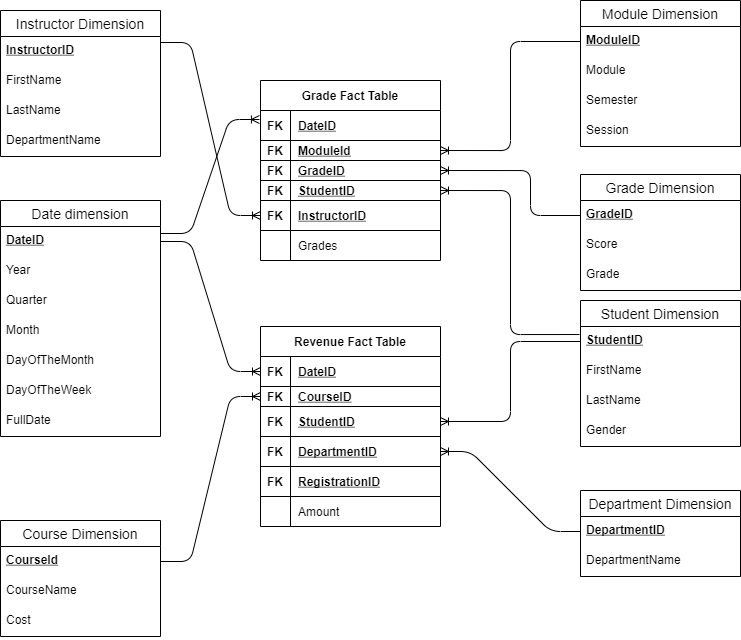
Before: DATA_WAREHOUSE/DIMENSIONAL_MODEL.png, a diagram exported from draw.io (OlamideMustapha/DATA_WAREHOUSING_B9DA102). Source tidied: cells renumbered, new cells last; positions are measured from the earlier drawing's top-left corner, leaving out a move shared by most shapes.
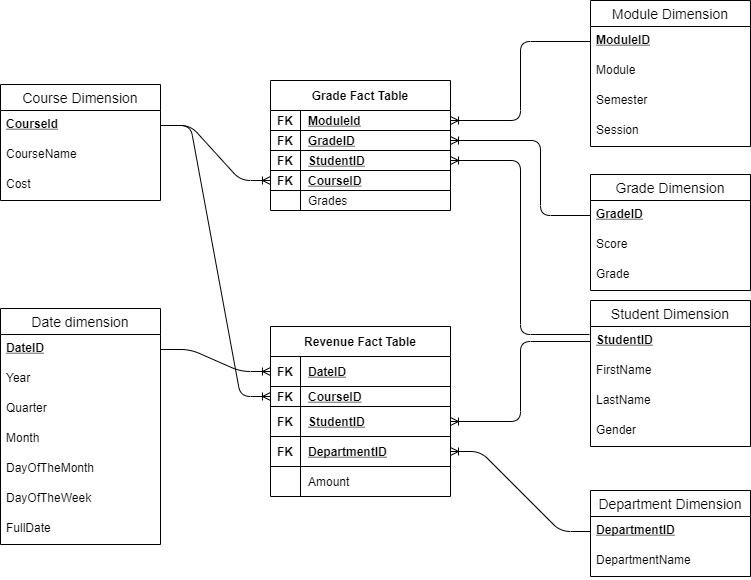
After the change.

Change to the diagram source:
```diff
@@ -27,7 +27,7 @@
       <mxGeometry y="56" width="160" height="30" as="geometry" />
     </mxCell>
     <mxCell id="10" value="Course Dimension" style="swimlane;fontStyle=0;horizontal=1;startSize=26;align=center;fontSize=14;" parent="1" vertex="1">
-      <mxGeometry y="520" width="160" height="116" as="geometry" />
+      <mxGeometry x="-10" y="84" width="160" height="116" as="geometry" />
     </mxCell>
     <mxCell id="11" value="CourseId" style="text;strokeColor=none;fillColor=none;spacingLeft=4;spacingRight=4;overflow=hidden;points=[[0,0.5],[1,0.5]];portConstraint=eastwest;fontSize=12;fontStyle=5;" parent="10" vertex="1">
       <mxGeometry y="26" width="160" height="30" as="geometry" />
@@ -39,7 +39,7 @@
       <mxGeometry y="86" width="160" height="30" as="geometry" />
     </mxCell>
     <mxCell id="14" value="Date dimension" style="swimlane;fontStyle=0;horizontal=1;startSize=26;align=center;fontSize=14;" parent="1" vertex="1">
-      <mxGeometry y="200" width="160" height="236" as="geometry" />
+      <mxGeometry x="-10" y="308" width="160" height="236" as="geometry" />
     </mxCell>
     <mxCell id="15" value="DateID" style="text;strokeColor=none;fillColor=none;spacingLeft=4;spacingRight=4;overflow=hidden;points=[[0,0.5],[1,0.5]];portConstraint=eastwest;fontSize=12;fontStyle=5;" parent="14" vertex="1">
       <mxGeometry y="26" width="160" height="30" as="geometry" />
@@ -63,7 +63,7 @@
       <mxGeometry y="206" width="160" height="30" as="geometry" />
     </mxCell>
     <mxCell id="22" value="Revenue Fact Table" style="shape=table;startSize=30;rowLines=0;fontStyle=1;align=center;" parent="1" vertex="1">
-      <mxGeometry x="260" y="326" width="180" height="200" as="geometry" />
+      <mxGeometry x="260" y="326" width="180" height="170" as="geometry" />
     </mxCell>
     <mxCell id="23" style="shape=partialRectangle;fillColor=none;top=0;left=0;bottom=1;right=0;points=[[0,0.5],[1,0.5]];portConstraint=eastwest;" parent="22" vertex="1">
       <mxGeometry y="30" width="180" height="30" as="geometry" />
@@ -101,17 +101,8 @@
     <mxCell id="34" value="DepartmentID" style="shape=partialRectangle;fillColor=none;top=0;left=0;bottom=0;right=0;align=left;spacingLeft=6;fontStyle=5;overflow=hidden;" parent="32" vertex="1">
       <mxGeometry x="30" width="150" height="30" as="geometry" />
     </mxCell>
-    <mxCell id="35" style="shape=partialRectangle;fillColor=none;top=0;left=0;bottom=1;right=0;" parent="22" vertex="1">
-      <mxGeometry y="140" width="180" height="30" as="geometry" />
-    </mxCell>
-    <mxCell id="36" value="FK" style="shape=partialRectangle;fillColor=none;top=0;left=0;bottom=0;right=0;fontStyle=1;overflow=hidden;" parent="35" vertex="1">
-      <mxGeometry width="30" height="30" as="geometry" />
-    </mxCell>
-    <mxCell id="37" value="RegistrationID" style="shape=partialRectangle;fillColor=none;top=0;left=0;bottom=0;right=0;align=left;spacingLeft=6;fontStyle=5;overflow=hidden;" parent="35" vertex="1">
-      <mxGeometry x="30" width="150" height="30" as="geometry" />
-    </mxCell>
     <mxCell id="38" style="shape=partialRectangle;fillColor=none;top=0;left=0;bottom=0;right=0;" parent="22" vertex="1">
-      <mxGeometry y="170" width="180" height="30" as="geometry" />
+      <mxGeometry y="140" width="180" height="30" as="geometry" />
     </mxCell>
     <mxCell id="39" style="shape=partialRectangle;fillColor=none;top=0;left=0;bottom=0;right=0;overflow=hidden;" parent="38" vertex="1">
       <mxGeometry width="30" height="30" as="geometry" />
@@ -132,19 +123,10 @@
       <mxGeometry relative="1" as="geometry" />
     </mxCell>
     <mxCell id="45" value="Grade Fact Table" style="shape=table;startSize=30;rowLines=0;fontStyle=1;align=center;" parent="1" vertex="1">
-      <mxGeometry x="260" y="80" width="180" height="180" as="geometry" />
+      <mxGeometry x="260" y="80" width="180" height="130" as="geometry" />
     </mxCell>
-    <mxCell id="46" style="shape=partialRectangle;fillColor=none;top=0;left=0;bottom=1;right=0;points=[[0,0.5],[1,0.5]];portConstraint=eastwest;" parent="45" vertex="1">
-      <mxGeometry y="30" width="180" height="30" as="geometry" />
-    </mxCell>
-    <mxCell id="47" value="FK" style="shape=partialRectangle;fillColor=none;top=0;left=0;bottom=0;right=0;fontStyle=1;overflow=hidden;" parent="46" vertex="1">
-      <mxGeometry width="30" height="30" as="geometry" />
-    </mxCell>
-    <mxCell id="48" value="DateID" style="shape=partialRectangle;fillColor=none;top=0;left=0;bottom=0;right=0;align=left;spacingLeft=6;fontStyle=5;overflow=hidden;" parent="46" vertex="1">
-      <mxGeometry x="30" width="150" height="30" as="geometry" />
-    </mxCell>
     <mxCell id="49" style="shape=partialRectangle;fillColor=none;top=0;left=0;bottom=1;right=0;points=[[0,0.5],[1,0.5]];portConstraint=eastwest;" parent="45" vertex="1">
-      <mxGeometry y="60" width="180" height="20" as="geometry" />
+      <mxGeometry y="30" width="180" height="20" as="geometry" />
     </mxCell>
     <mxCell id="50" value="FK" style="shape=partialRectangle;fillColor=none;top=0;left=0;bottom=0;right=0;fontStyle=1;overflow=hidden;" parent="49" vertex="1">
       <mxGeometry width="30" height="20" as="geometry" />
@@ -153,7 +135,7 @@
       <mxGeometry x="30" width="150" height="20" as="geometry" />
     </mxCell>
     <mxCell id="52" style="shape=partialRectangle;fillColor=none;top=0;left=0;bottom=1;right=0;points=[[0,0.5],[1,0.5]];portConstraint=eastwest;" parent="45" vertex="1">
-      <mxGeometry y="80" width="180" height="20" as="geometry" />
+      <mxGeometry y="50" width="180" height="20" as="geometry" />
     </mxCell>
     <mxCell id="53" value="FK" style="shape=partialRectangle;fillColor=none;top=0;left=0;bottom=0;right=0;fontStyle=1;overflow=hidden;" parent="52" vertex="1">
       <mxGeometry width="30" height="20" as="geometry" />
@@ -162,7 +144,7 @@
       <mxGeometry x="30" width="150" height="20" as="geometry" />
     </mxCell>
     <mxCell id="55" style="shape=partialRectangle;fillColor=none;top=0;left=0;bottom=1;right=0;points=[[0,0.5],[1,0.5]];portConstraint=eastwest;" parent="45" vertex="1">
-      <mxGeometry y="100" width="180" height="20" as="geometry" />
+      <mxGeometry y="70" width="180" height="20" as="geometry" />
     </mxCell>
     <mxCell id="56" value="FK" style="shape=partialRectangle;fillColor=none;top=0;left=0;bottom=0;right=0;fontStyle=1;overflow=hidden;" parent="55" vertex="1">
       <mxGeometry width="30" height="20" as="geometry" />
@@ -170,32 +152,27 @@
     <mxCell id="57" value="StudentID" style="shape=partialRectangle;fillColor=none;top=0;left=0;bottom=0;right=0;align=left;spacingLeft=6;fontStyle=5;overflow=hidden;" parent="55" vertex="1">
       <mxGeometry x="30" width="150" height="20" as="geometry" />
     </mxCell>
-    <mxCell id="58" style="shape=partialRectangle;fillColor=none;top=0;left=0;bottom=1;right=0;points=[[0,0.5],[1,0.5]];portConstraint=eastwest;" parent="45" vertex="1">
-      <mxGeometry y="120" width="180" height="30" as="geometry" />
-    </mxCell>
-    <mxCell id="59" value="FK" style="shape=partialRectangle;fillColor=none;top=0;left=0;bottom=0;right=0;fontStyle=1;overflow=hidden;" parent="58" vertex="1">
-      <mxGeometry width="30" height="30" as="geometry" />
-    </mxCell>
-    <mxCell id="60" value="InstructorID" style="shape=partialRectangle;fillColor=none;top=0;left=0;bottom=0;right=0;align=left;spacingLeft=6;fontStyle=5;overflow=hidden;" parent="58" vertex="1">
-      <mxGeometry x="30" width="150" height="30" as="geometry" />
-    </mxCell>
+    <mxCell id="83" style="shape=partialRectangle;fillColor=none;top=0;left=0;bottom=1;right=0;points=[[0,0.5],[1,0.5]];portConstraint=eastwest;" parent="45" vertex="1">
+      <mxGeometry y="90" width="180" height="20" as="geometry" />
+    </mxCell>
+    <mxCell id="84" value="FK" style="shape=partialRectangle;fillColor=none;top=0;left=0;bottom=0;right=0;fontStyle=1;overflow=hidden;" parent="83" vertex="1">
+      <mxGeometry width="30" height="20" as="geometry" />
+    </mxCell>
+    <mxCell id="85" value="CourseID" style="shape=partialRectangle;fillColor=none;top=0;left=0;bottom=0;right=0;align=left;spacingLeft=6;fontStyle=5;overflow=hidden;" parent="83" vertex="1">
+      <mxGeometry x="30" width="150" height="20" as="geometry" />
+    </mxCell>
     <mxCell id="61" style="shape=partialRectangle;fillColor=none;top=0;left=0;bottom=0;right=0;" parent="45" vertex="1">
-      <mxGeometry y="150" width="180" height="30" as="geometry" />
+      <mxGeometry y="110" width="180" height="20" as="geometry" />
     </mxCell>
     <mxCell id="62" style="shape=partialRectangle;fillColor=none;top=0;left=0;bottom=0;right=0;overflow=hidden;" parent="61" vertex="1">
-      <mxGeometry width="30" height="30" as="geometry" />
+      <mxGeometry width="30" height="20" as="geometry" />
     </mxCell>
     <mxCell id="63" value="Grades" style="shape=partialRectangle;fillColor=none;top=0;left=0;bottom=0;right=0;align=left;spacingLeft=6;overflow=hidden;" parent="61" vertex="1">
-      <mxGeometry x="30" width="150" height="30" as="geometry" />
+      <mxGeometry x="30" width="150" height="20" as="geometry" />
     </mxCell>
     <mxCell id="64" style="edgeStyle=orthogonalEdgeStyle;fontSize=12;html=1;endArrow=ERoneToMany;exitX=-0.006;exitY=0.267;exitDx=0;exitDy=0;entryX=1;entryY=0.5;entryDx=0;entryDy=0;exitPerimeter=0;" parent="1" edge="1" source="3" target="55">
       <mxGeometry relative="1" as="geometry" />
     </mxCell>
-    <mxCell id="65" style="edgeStyle=entityRelationEdgeStyle;fontSize=12;html=1;endArrow=ERoneToMany;entryX=-0.006;entryY=0.3;entryDx=0;entryDy=0;entryPerimeter=0;" parent="1" edge="1" target="46">
-      <mxGeometry relative="1" as="geometry">
-        <mxPoint x="160" y="233" as="sourcePoint" />
-      </mxGeometry>
-    </mxCell>
     <mxCell id="66" value="Module Dimension" style="swimlane;fontStyle=0;horizontal=1;startSize=26;align=center;fontSize=14;" parent="1" vertex="1">
       <mxGeometry x="580" width="160" height="146" as="geometry" />
     </mxCell>
@@ -214,24 +191,6 @@
     <mxCell id="71" style="edgeStyle=orthogonalEdgeStyle;fontSize=12;html=1;endArrow=ERoneToMany;exitX=0;exitY=0.5;exitDx=0;exitDy=0;entryX=1;entryY=0.5;entryDx=0;entryDy=0;" parent="1" edge="1" source="67" target="49">
       <mxGeometry relative="1" as="geometry" />
     </mxCell>
-    <mxCell id="72" value="Instructor Dimension" style="swimlane;fontStyle=0;horizontal=1;startSize=26;align=center;fontSize=14;" parent="1" vertex="1">
-      <mxGeometry y="10" width="160" height="146" as="geometry" />
-    </mxCell>
-    <mxCell id="73" value="InstructorID" style="text;strokeColor=none;fillColor=none;spacingLeft=4;spacingRight=4;overflow=hidden;points=[[0,0.5],[1,0.5]];portConstraint=eastwest;fontSize=12;fontStyle=5;" parent="72" vertex="1">
-      <mxGeometry y="26" width="160" height="30" as="geometry" />
-    </mxCell>
-    <mxCell id="74" value="FirstName" style="text;strokeColor=none;fillColor=none;spacingLeft=4;spacingRight=4;overflow=hidden;fontSize=12;" parent="72" vertex="1">
-      <mxGeometry y="56" width="160" height="30" as="geometry" />
-    </mxCell>
-    <mxCell id="75" value="LastName" style="text;strokeColor=none;fillColor=none;spacingLeft=4;spacingRight=4;overflow=hidden;fontSize=12;" parent="72" vertex="1">
-      <mxGeometry y="86" width="160" height="30" as="geometry" />
-    </mxCell>
-    <mxCell id="76" value="DepartmentName" style="text;strokeColor=none;fillColor=none;spacingLeft=4;spacingRight=4;overflow=hidden;fontSize=12;" parent="72" vertex="1">
-      <mxGeometry y="116" width="160" height="30" as="geometry" />
-    </mxCell>
-    <mxCell id="77" style="edgeStyle=entityRelationEdgeStyle;fontSize=12;html=1;endArrow=ERoneToMany;entryX=0;entryY=0.5;entryDx=0;entryDy=0;exitX=1;exitY=0.2;exitDx=0;exitDy=0;exitPerimeter=0;" parent="1" edge="1" source="73" target="58">
-      <mxGeometry relative="1" as="geometry" />
-    </mxCell>
     <mxCell id="78" value="Grade Dimension" style="swimlane;fontStyle=0;horizontal=1;startSize=26;align=center;fontSize=14;" parent="1" vertex="1">
       <mxGeometry x="580" y="174" width="160" height="116" as="geometry" />
     </mxCell>
@@ -248,9 +207,12 @@
       <mxGeometry relative="1" as="geometry">
         <Array as="points">
           <mxPoint x="530" y="215" />
-          <mxPoint x="530" y="170" />
+          <mxPoint x="530" y="140" />
         </Array>
       </mxGeometry>
     </mxCell>
+    <mxCell id="86" style="edgeStyle=entityRelationEdgeStyle;fontSize=12;html=1;endArrow=ERoneToMany;exitX=1;exitY=0.5;exitDx=0;exitDy=0;entryX=0;entryY=0.5;entryDx=0;entryDy=0;" parent="1" edge="1" source="11" target="83">
+      <mxGeometry relative="1" as="geometry" />
+    </mxCell>
   </root>
 </mxGraphModel>
```
